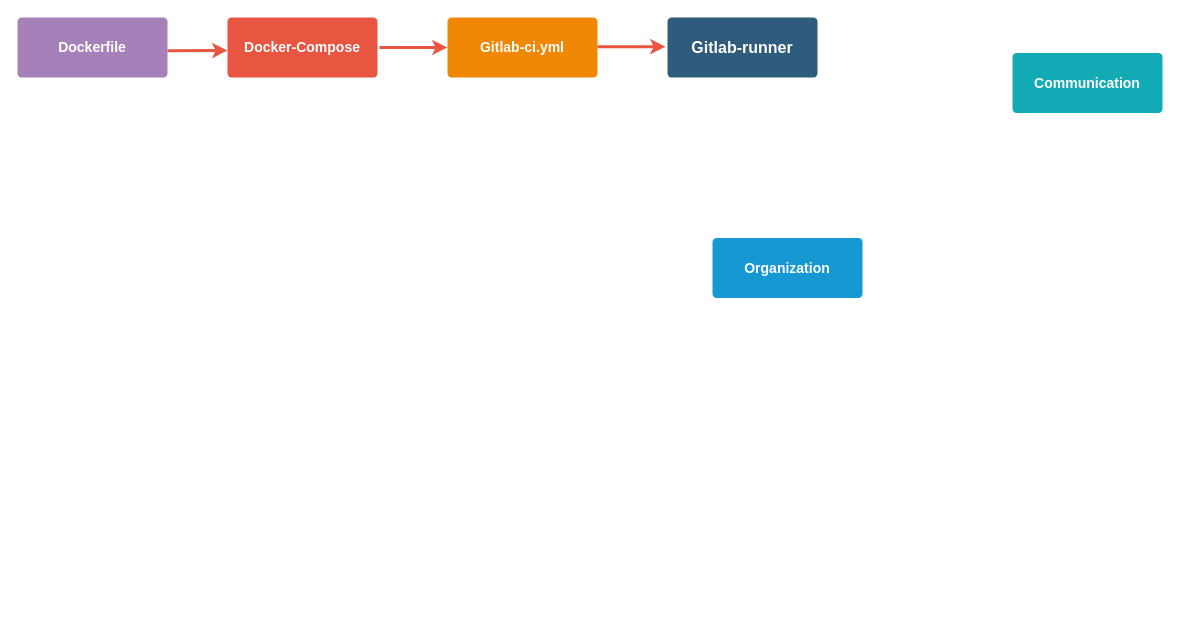
This is Untitled Diagram.drawio from dimaaasex91/webacademy_devops, a draw.io file, before an edit. Source tidied: cells renumbered, new cells numbered last; positions are measured from the earlier drawing's top-left corner, leaving out a move shared by most shapes. Both pictures are drawn from the tidied source at 100%, with x=0, y=0 at pixel (17, 17).
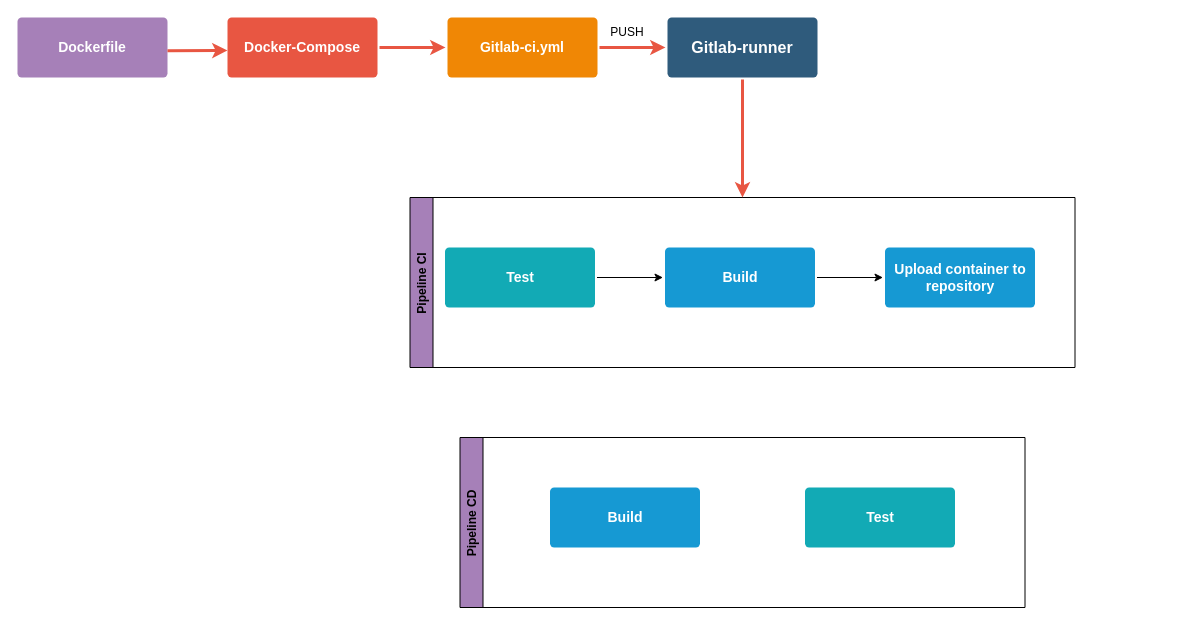
The same page after the edit.

Unchanged cells that the change refers to:
```xml
<mxCell id="2" value="Gitlab-runner" style="rounded=1;whiteSpace=wrap;html=1;shadow=0;labelBackgroundColor=none;strokeColor=none;strokeWidth=3;fillColor=#2F5B7C;fontFamily=Helvetica;fontSize=16;fontColor=#FFFFFF;align=center;fontStyle=1;spacing=5;arcSize=7;perimeterSpacing=2;" parent="1" vertex="1">
  <mxGeometry x="650" width="150" height="60" as="geometry" />
</mxCell>
<mxCell id="4" value="Docker-Compose" style="rounded=1;whiteSpace=wrap;html=1;shadow=0;labelBackgroundColor=none;strokeColor=none;strokeWidth=3;fillColor=#e85642;fontFamily=Helvetica;fontSize=14;fontColor=#FFFFFF;align=center;spacing=5;fontStyle=1;arcSize=7;perimeterSpacing=2;" parent="1" vertex="1">
  <mxGeometry x="210" width="150" height="60" as="geometry" />
</mxCell>
<mxCell id="6" value="Gitlab-ci.yml" style="rounded=1;whiteSpace=wrap;html=1;shadow=0;labelBackgroundColor=none;strokeColor=none;strokeWidth=3;fillColor=#F08705;fontFamily=Helvetica;fontSize=14;fontColor=#FFFFFF;align=center;spacing=5;fontStyle=1;arcSize=7;perimeterSpacing=2;" parent="1" vertex="1">
  <mxGeometry x="430" width="150" height="60" as="geometry" />
</mxCell>
```

The edit, as a diff of the source:
```diff
@@
-    <mxCell id="3" style="edgeStyle=none;rounded=1;jumpStyle=none;html=1;shadow=0;labelBackgroundColor=none;startArrow=none;startFill=0;jettySize=auto;strokeColor=#E85642;strokeWidth=3;fontFamily=Helvetica;fontSize=14;fontColor=#FFFFFF;spacing=5;fontStyle=1;fillColor=#b0e3e6;exitX=1;exitY=0.5;exitDx=0;exitDy=0;" parent="1" edge="1" source="4">
-      <mxGeometry relative="1" as="geometry">
-        <mxPoint x="430" y="30" as="targetPoint" />
-      </mxGeometry>
+    <mxCell id="3" style="edgeStyle=none;rounded=1;jumpStyle=none;html=1;shadow=0;labelBackgroundColor=none;startArrow=none;startFill=0;jettySize=auto;strokeColor=#E85642;strokeWidth=3;fontFamily=Helvetica;fontSize=14;fontColor=#FFFFFF;spacing=5;fontStyle=1;fillColor=#b0e3e6;exitX=1;exitY=0.5;exitDx=0;exitDy=0;entryX=0;entryY=0.5;entryDx=0;entryDy=0;" parent="1" edge="1" source="4" target="6">
+      <mxGeometry relative="1" as="geometry" />
     </mxCell>
@@
-    <mxCell id="5" value="Organization" style="rounded=1;whiteSpace=wrap;html=1;shadow=0;labelBackgroundColor=none;strokeColor=none;strokeWidth=3;fillColor=#1699d3;fontFamily=Helvetica;fontSize=14;fontColor=#FFFFFF;align=center;spacing=5;fontStyle=1;arcSize=7;perimeterSpacing=2;" parent="1" vertex="1">
-      <mxGeometry x="695" y="220.5" width="150" height="60" as="geometry" />
-    </mxCell>
@@
-    <mxCell id="7" value="Communication" style="rounded=1;whiteSpace=wrap;html=1;shadow=0;labelBackgroundColor=none;strokeColor=none;strokeWidth=3;fillColor=#12aab5;fontFamily=Helvetica;fontSize=14;fontColor=#FFFFFF;align=center;spacing=5;fontStyle=1;arcSize=7;perimeterSpacing=2;" parent="1" vertex="1">
-      <mxGeometry x="995" y="35.5" width="150" height="60" as="geometry" />
-    </mxCell>
@@
-    <mxCell id="10" style="edgeStyle=none;rounded=1;jumpStyle=none;html=1;shadow=0;labelBackgroundColor=none;startArrow=none;startFill=0;jettySize=auto;orthogonalLoop=1;strokeColor=#E85642;strokeWidth=3;fontFamily=Helvetica;fontSize=14;fontColor=#FFFFFF;spacing=5;fontStyle=1;fillColor=#b0e3e6;exitX=1;exitY=0.5;exitDx=0;exitDy=0;" parent="1" edge="1">
-      <mxGeometry relative="1" as="geometry">
-        <mxPoint x="580" y="29.2" as="sourcePoint" />
-        <mxPoint x="648" y="29.2" as="targetPoint" />
-      </mxGeometry>
+    <mxCell id="10" style="edgeStyle=none;rounded=1;jumpStyle=none;html=1;shadow=0;labelBackgroundColor=none;startArrow=none;startFill=0;jettySize=auto;strokeColor=#E85642;strokeWidth=3;fontFamily=Helvetica;fontSize=14;fontColor=#FFFFFF;spacing=5;fontStyle=1;fillColor=#b0e3e6;exitX=1;exitY=0.5;exitDx=0;exitDy=0;entryX=0;entryY=0.5;entryDx=0;entryDy=0;" parent="1" edge="1" source="6" target="2">
+      <mxGeometry relative="1" as="geometry" />
     </mxCell>
+    <mxCell id="11" value="Pipeline CI" style="swimlane;horizontal=0;fillColor=#A680B8;" parent="1" vertex="1">
+      <mxGeometry x="392.5" y="180" width="665" height="170" as="geometry" />
+    </mxCell>
+    <mxCell id="12" style="edgeStyle=orthogonalEdgeStyle;rounded=0;jettySize=auto;html=1;exitX=1;exitY=0.5;exitDx=0;exitDy=0;entryX=0;entryY=0.5;entryDx=0;entryDy=0;" parent="11" edge="1" source="5" target="14">
+      <mxGeometry relative="1" as="geometry" />
+    </mxCell>
+    <mxCell id="5" value="Build" style="rounded=1;whiteSpace=wrap;html=1;shadow=0;labelBackgroundColor=none;strokeColor=none;strokeWidth=3;fillColor=#1699d3;fontFamily=Helvetica;fontSize=14;fontColor=#FFFFFF;align=center;spacing=5;fontStyle=1;arcSize=7;perimeterSpacing=2;" parent="11" vertex="1">
+      <mxGeometry x="255" y="50" width="150" height="60" as="geometry" />
+    </mxCell>
+    <mxCell id="13" style="edgeStyle=orthogonalEdgeStyle;rounded=0;jettySize=auto;html=1;exitX=1;exitY=0.5;exitDx=0;exitDy=0;entryX=0;entryY=0.5;entryDx=0;entryDy=0;" parent="11" edge="1" source="7" target="5">
+      <mxGeometry relative="1" as="geometry" />
+    </mxCell>
+    <mxCell id="7" value="Test" style="rounded=1;whiteSpace=wrap;html=1;shadow=0;labelBackgroundColor=none;strokeColor=none;strokeWidth=3;fillColor=#12aab5;fontFamily=Helvetica;fontSize=14;fontColor=#FFFFFF;align=center;spacing=5;fontStyle=1;arcSize=7;perimeterSpacing=2;" parent="11" vertex="1">
+      <mxGeometry x="35" y="50" width="150" height="60" as="geometry" />
+    </mxCell>
+    <mxCell id="14" value="Upload container to repository" style="rounded=1;whiteSpace=wrap;html=1;shadow=0;labelBackgroundColor=none;strokeColor=none;strokeWidth=3;fillColor=#1699d3;fontFamily=Helvetica;fontSize=14;fontColor=#FFFFFF;align=center;spacing=5;fontStyle=1;arcSize=7;perimeterSpacing=2;" parent="11" vertex="1">
+      <mxGeometry x="475" y="50" width="150" height="60" as="geometry" />
+    </mxCell>
+    <mxCell id="15" style="edgeStyle=none;rounded=1;jumpStyle=none;html=1;shadow=0;labelBackgroundColor=none;startArrow=none;startFill=0;jettySize=auto;strokeColor=#E85642;strokeWidth=3;fontFamily=Helvetica;fontSize=14;fontColor=#FFFFFF;spacing=5;fontStyle=1;fillColor=#b0e3e6;exitX=0.5;exitY=1;exitDx=0;exitDy=0;entryX=0.5;entryY=0;entryDx=0;entryDy=0;" parent="1" edge="1" source="2" target="11">
+      <mxGeometry relative="1" as="geometry" />
+    </mxCell>
+    <mxCell id="16" value="Pipeline CD" style="swimlane;horizontal=0;fillColor=#A680B8;" parent="1" vertex="1">
+      <mxGeometry x="442.5" y="420" width="565" height="170" as="geometry" />
+    </mxCell>
+    <mxCell id="17" value="Build" style="rounded=1;whiteSpace=wrap;html=1;shadow=0;labelBackgroundColor=none;strokeColor=none;strokeWidth=3;fillColor=#1699d3;fontFamily=Helvetica;fontSize=14;fontColor=#FFFFFF;align=center;spacing=5;fontStyle=1;arcSize=7;perimeterSpacing=2;" parent="16" vertex="1">
+      <mxGeometry x="90" y="50" width="150" height="60" as="geometry" />
+    </mxCell>
+    <mxCell id="18" value="Test" style="rounded=1;whiteSpace=wrap;html=1;shadow=0;labelBackgroundColor=none;strokeColor=none;strokeWidth=3;fillColor=#12aab5;fontFamily=Helvetica;fontSize=14;fontColor=#FFFFFF;align=center;spacing=5;fontStyle=1;arcSize=7;perimeterSpacing=2;" parent="16" vertex="1">
+      <mxGeometry x="345" y="50" width="150" height="60" as="geometry" />
+    </mxCell>
+    <mxCell id="19" value="PUSH" style="text;html=1;strokeColor=none;fillColor=none;align=center;verticalAlign=middle;whiteSpace=wrap;rounded=0;" parent="1" vertex="1">
+      <mxGeometry x="580" width="60" height="30" as="geometry" />
+    </mxCell>
```
